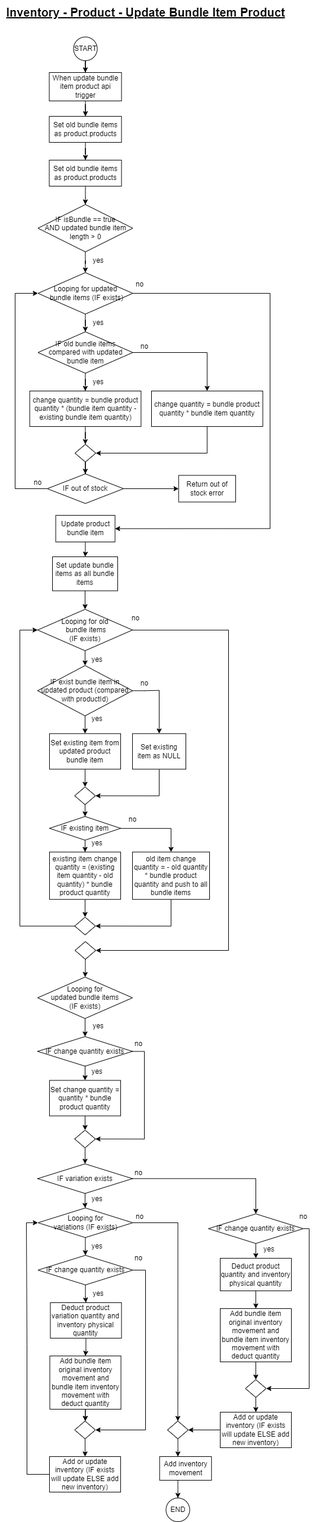
The draw.io diagram excite-admin-service/images/8excite-excite-admin-service - Inventory - Update Bundle Item Product.drawio.png in eryanyao/8excite-transition-main, before a commit. Source tidied: cells renumbered, new cells last; positions are measured from the earlier drawing's top-left corner, leaving out a move shared by most shapes.
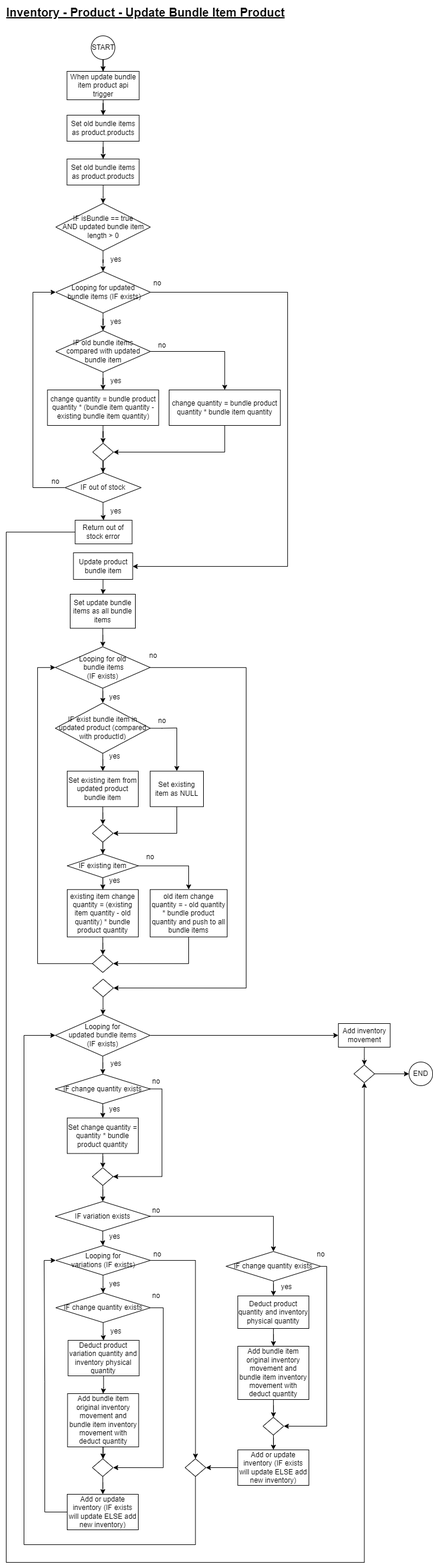
After the change.

Commit message:
Updated: batch service and update product

What changed in the source:
```diff
@@ -3,40 +3,40 @@
     <mxCell id="0" />
     <mxCell id="1" parent="0" />
     <mxCell id="2" value="Inventory - Product - Update Bundle Item Product" style="text;html=1;align=center;verticalAlign=middle;strokeColor=none;fillColor=none;fontStyle=5;fontSize=20;" parent="1" vertex="1">
-      <mxGeometry width="490" height="40" as="geometry" />
+      <mxGeometry x="-30" y="-63" width="490" height="40" as="geometry" />
     </mxCell>
     <mxCell id="3" style="edgeStyle=orthogonalEdgeStyle;rounded=0;jettySize=auto;html=1;" parent="1" edge="1" source="4" target="9">
       <mxGeometry relative="1" as="geometry" />
     </mxCell>
     <mxCell id="4" value="When update bundle item product api trigger" style="rounded=0;whiteSpace=wrap;html=1;" parent="1" vertex="1">
-      <mxGeometry x="82.6" y="122" width="121.9" height="48" as="geometry" />
+      <mxGeometry x="82.6" y="57" width="121.9" height="48" as="geometry" />
     </mxCell>
     <mxCell id="5" style="edgeStyle=orthogonalEdgeStyle;rounded=0;jettySize=auto;html=1;entryX=0.5;entryY=0;entryDx=0;entryDy=0;" parent="1" edge="1" source="6" target="4">
       <mxGeometry relative="1" as="geometry" />
     </mxCell>
     <mxCell id="6" value="START" style="ellipse;whiteSpace=wrap;html=1;" parent="1" vertex="1">
-      <mxGeometry x="123.5" y="62" width="40" height="40" as="geometry" />
+      <mxGeometry x="123.5" y="-3" width="40" height="40" as="geometry" />
     </mxCell>
     <mxCell id="7" value="no" style="text;html=1;align=center;verticalAlign=middle;strokeColor=none;fillColor=none;" parent="1" vertex="1">
-      <mxGeometry x="223.5" y="570" width="40" height="30" as="geometry" />
+      <mxGeometry x="223.5" y="505" width="40" height="30" as="geometry" />
     </mxCell>
     <mxCell id="8" style="edgeStyle=orthogonalEdgeStyle;rounded=0;jettySize=auto;html=1;" parent="1" edge="1" source="9" target="11">
       <mxGeometry relative="1" as="geometry" />
     </mxCell>
     <mxCell id="9" value="Set old bundle items as product.products" style="rounded=0;whiteSpace=wrap;html=1;" parent="1" vertex="1">
-      <mxGeometry x="82.6" y="196" width="121.9" height="44" as="geometry" />
+      <mxGeometry x="82.6" y="131" width="121.9" height="44" as="geometry" />
     </mxCell>
     <mxCell id="10" style="edgeStyle=orthogonalEdgeStyle;rounded=0;jettySize=auto;html=1;" parent="1" edge="1" source="11" target="13">
       <mxGeometry relative="1" as="geometry" />
     </mxCell>
     <mxCell id="11" value="Set old bundle items as product.products" style="rounded=0;whiteSpace=wrap;html=1;" parent="1" vertex="1">
-      <mxGeometry x="82.6" y="270" width="121.9" height="44" as="geometry" />
+      <mxGeometry x="82.6" y="205" width="121.9" height="44" as="geometry" />
     </mxCell>
     <mxCell id="12" style="edgeStyle=orthogonalEdgeStyle;rounded=0;jettySize=auto;html=1;" parent="1" edge="1" source="13" target="16">
       <mxGeometry relative="1" as="geometry" />
     </mxCell>
     <mxCell id="13" value="IF isBundle == true &lt;br&gt;AND updated bundle item length &amp;gt; 0" style="rhombus;whiteSpace=wrap;html=1;rounded=0;" parent="1" vertex="1">
-      <mxGeometry x="63.5" y="345" width="159.9" height="80" as="geometry" />
+      <mxGeometry x="63.5" y="280" width="159.9" height="80" as="geometry" />
     </mxCell>
     <mxCell id="14" style="edgeStyle=orthogonalEdgeStyle;rounded=0;jettySize=auto;html=1;" parent="1" edge="1" source="16" target="20">
       <mxGeometry relative="1" as="geometry" />
@@ -44,16 +44,17 @@
     <mxCell id="15" style="edgeStyle=orthogonalEdgeStyle;rounded=0;jettySize=auto;html=1;entryX=1;entryY=0.5;entryDx=0;entryDy=0;" parent="1" edge="1" source="16" target="34">
       <mxGeometry relative="1" as="geometry">
         <Array as="points">
-          <mxPoint x="455" y="495" />
-          <mxPoint x="455" y="892" />
+          <mxPoint x="455" y="430" />
+          <mxPoint x="455" y="893" />
+          <mxPoint x="193" y="893" />
         </Array>
       </mxGeometry>
     </mxCell>
     <mxCell id="16" value="Looping for updated&lt;br&gt;&amp;nbsp;bundle items (IF exists)" style="rhombus;whiteSpace=wrap;html=1;rounded=0;" parent="1" vertex="1">
-      <mxGeometry x="63.5" y="460" width="159.9" height="70" as="geometry" />
+      <mxGeometry x="63.5" y="395" width="159.9" height="70" as="geometry" />
     </mxCell>
     <mxCell id="17" value="yes" style="text;html=1;align=center;verticalAlign=middle;strokeColor=none;fillColor=none;" parent="1" vertex="1">
-      <mxGeometry x="145" y="425" width="40" height="30" as="geometry" />
+      <mxGeometry x="145" y="360" width="40" height="30" as="geometry" />
     </mxCell>
     <mxCell id="18" style="edgeStyle=orthogonalEdgeStyle;rounded=0;jettySize=auto;html=1;" parent="1" edge="1" source="20" target="22">
       <mxGeometry relative="1" as="geometry" />
@@ -62,38 +63,38 @@
       <mxGeometry relative="1" as="geometry" />
     </mxCell>
     <mxCell id="20" value="IF old bundle items compared with updated bundle item" style="rhombus;whiteSpace=wrap;html=1;rounded=0;" parent="1" vertex="1">
-      <mxGeometry x="63.5" y="560" width="159.9" height="70" as="geometry" />
+      <mxGeometry x="63.5" y="495" width="159.9" height="70" as="geometry" />
     </mxCell>
     <mxCell id="21" style="edgeStyle=orthogonalEdgeStyle;rounded=0;jettySize=auto;html=1;" parent="1" edge="1" source="22" target="27">
       <mxGeometry relative="1" as="geometry" />
     </mxCell>
     <mxCell id="22" value="change quantity = bundle product quantity * (bundle item quantity - existing bundle item quantity)" style="whiteSpace=wrap;html=1;rounded=0;" parent="1" vertex="1">
-      <mxGeometry x="49.6" y="660" width="187.8" height="60" as="geometry" />
+      <mxGeometry x="49.6" y="595" width="187.8" height="60" as="geometry" />
     </mxCell>
     <mxCell id="23" style="edgeStyle=orthogonalEdgeStyle;rounded=0;jettySize=auto;html=1;entryX=1;entryY=0.5;entryDx=0;entryDy=0;" parent="1" edge="1" source="24" target="27">
       <mxGeometry relative="1" as="geometry">
         <Array as="points">
-          <mxPoint x="349" y="765" />
+          <mxPoint x="349" y="700" />
         </Array>
       </mxGeometry>
     </mxCell>
     <mxCell id="24" value="change quantity = bundle product quantity * bundle item quantity" style="whiteSpace=wrap;html=1;rounded=0;" parent="1" vertex="1">
-      <mxGeometry x="255" y="660" width="187.8" height="60" as="geometry" />
+      <mxGeometry x="255" y="595" width="187.8" height="60" as="geometry" />
     </mxCell>
     <mxCell id="25" value="yes" style="text;html=1;align=center;verticalAlign=middle;strokeColor=none;fillColor=none;" parent="1" vertex="1">
-      <mxGeometry x="145" y="630" width="40" height="30" as="geometry" />
+      <mxGeometry x="145" y="565" width="40" height="30" as="geometry" />
     </mxCell>
     <mxCell id="26" style="edgeStyle=orthogonalEdgeStyle;rounded=0;jettySize=auto;html=1;" parent="1" edge="1" source="27" target="30">
       <mxGeometry relative="1" as="geometry" />
     </mxCell>
     <mxCell id="27" style="rhombus;whiteSpace=wrap;html=1;rounded=0;" parent="1" vertex="1">
-      <mxGeometry x="126" y="750" width="35" height="30" as="geometry" />
+      <mxGeometry x="126" y="685" width="35" height="30" as="geometry" />
     </mxCell>
     <mxCell id="28" style="edgeStyle=orthogonalEdgeStyle;rounded=0;jettySize=auto;html=1;entryX=0;entryY=0.5;entryDx=0;entryDy=0;" parent="1" edge="1" source="30" target="16">
       <mxGeometry relative="1" as="geometry">
         <Array as="points">
-          <mxPoint x="25" y="825" />
-          <mxPoint x="25" y="495" />
+          <mxPoint x="25" y="760" />
+          <mxPoint x="25" y="430" />
         </Array>
       </mxGeometry>
     </mxCell>
@@ -101,13 +102,13 @@
       <mxGeometry relative="1" as="geometry" />
     </mxCell>
     <mxCell id="30" value="IF out of stock" style="rhombus;whiteSpace=wrap;html=1;rounded=0;" parent="1" vertex="1">
-      <mxGeometry x="79.1" y="800" width="128.8" height="50" as="geometry" />
+      <mxGeometry x="79.1" y="735" width="128.8" height="50" as="geometry" />
     </mxCell>
     <mxCell id="31" value="no" style="text;html=1;align=center;verticalAlign=middle;strokeColor=none;fillColor=none;" parent="1" vertex="1">
-      <mxGeometry x="42.6" y="800" width="40" height="30" as="geometry" />
+      <mxGeometry x="42.6" y="735" width="40" height="30" as="geometry" />
     </mxCell>
     <mxCell id="32" value="yes" style="text;html=1;align=center;verticalAlign=middle;strokeColor=none;fillColor=none;" parent="1" vertex="1">
-      <mxGeometry x="145" y="530" width="40" height="30" as="geometry" />
+      <mxGeometry x="145" y="465" width="40" height="30" as="geometry" />
     </mxCell>
     <mxCell id="33" style="edgeStyle=orthogonalEdgeStyle;rounded=0;jettySize=auto;html=1;" parent="1" edge="1" source="34" target="41">
       <mxGeometry relative="1" as="geometry" />
@@ -116,10 +117,19 @@
       <mxGeometry x="93.5" y="870" width="100" height="45" as="geometry" />
     </mxCell>
     <mxCell id="35" value="no" style="text;html=1;align=center;verticalAlign=middle;strokeColor=none;fillColor=none;" parent="1" vertex="1">
-      <mxGeometry x="215" y="465" width="40" height="30" as="geometry" />
+      <mxGeometry x="215" y="400" width="40" height="30" as="geometry" />
     </mxCell>
+    <mxCell id="122" style="edgeStyle=orthogonalEdgeStyle;rounded=0;jettySize=auto;html=1;entryX=0.5;entryY=1;entryDx=0;entryDy=0;" parent="1" edge="1" source="36" target="128">
+      <mxGeometry relative="1" as="geometry">
+        <Array as="points">
+          <mxPoint x="-20" y="835" />
+          <mxPoint x="-20" y="2575" />
+          <mxPoint x="585" y="2575" />
+        </Array>
+      </mxGeometry>
+    </mxCell>
     <mxCell id="36" value="Return out of stock error" style="whiteSpace=wrap;html=1;rounded=0;" parent="1" vertex="1">
-      <mxGeometry x="300.8" y="802.5" width="96.1" height="45" as="geometry" />
+      <mxGeometry x="96.4" y="815" width="96.1" height="40" as="geometry" />
     </mxCell>
     <mxCell id="37" style="edgeStyle=orthogonalEdgeStyle;rounded=0;jettySize=auto;html=1;" parent="1" edge="1" source="39" target="44">
       <mxGeometry relative="1" as="geometry" />
@@ -231,6 +241,9 @@
     <mxCell id="65" style="edgeStyle=orthogonalEdgeStyle;rounded=0;jettySize=auto;html=1;" parent="1" edge="1" source="66" target="70">
       <mxGeometry relative="1" as="geometry" />
     </mxCell>
+    <mxCell id="123" style="edgeStyle=orthogonalEdgeStyle;rounded=0;jettySize=auto;html=1;entryX=0;entryY=0.5;entryDx=0;entryDy=0;" parent="1" edge="1" source="66" target="119">
+      <mxGeometry relative="1" as="geometry" />
+    </mxCell>
     <mxCell id="66" value="Looping for &lt;br&gt;updated bundle items &lt;br&gt;(IF exists)" style="rhombus;whiteSpace=wrap;html=1;rounded=0;" parent="1" vertex="1">
       <mxGeometry x="63" y="1650" width="159.9" height="70" as="geometry" />
     </mxCell>
@@ -403,27 +416,38 @@
     <mxCell id="115" value="yes" style="text;html=1;align=center;verticalAlign=middle;strokeColor=none;fillColor=none;" parent="1" vertex="1">
       <mxGeometry x="433.2" y="2095" width="40" height="30" as="geometry" />
     </mxCell>
-    <mxCell id="116" style="edgeStyle=orthogonalEdgeStyle;rounded=0;jettySize=auto;html=1;" parent="1" edge="1" source="117">
-      <mxGeometry relative="1" as="geometry">
-        <mxPoint x="299.6" y="2460" as="targetPoint" />
-      </mxGeometry>
-    </mxCell>
+    <mxCell id="124" style="edgeStyle=orthogonalEdgeStyle;rounded=0;jettySize=auto;html=1;entryX=0;entryY=0.5;entryDx=0;entryDy=0;" parent="1" edge="1" source="117" target="66">
+      <mxGeometry relative="1" as="geometry">
+        <Array as="points">
+          <mxPoint x="299" y="2545" />
+          <mxPoint x="10" y="2545" />
+          <mxPoint x="10" y="1685" />
+        </Array>
+      </mxGeometry>
+    </mxCell>
     <mxCell id="117" style="rhombus;whiteSpace=wrap;html=1;rounded=0;" parent="1" vertex="1">
       <mxGeometry x="282" y="2400" width="35" height="30" as="geometry" />
     </mxCell>
-    <mxCell id="118" style="edgeStyle=orthogonalEdgeStyle;rounded=0;jettySize=auto;html=1;" parent="1" edge="1" target="120">
-      <mxGeometry relative="1" as="geometry">
-        <mxPoint x="299.6" y="2500" as="sourcePoint" />
-      </mxGeometry>
-    </mxCell>
+    <mxCell id="125" style="edgeStyle=orthogonalEdgeStyle;rounded=0;jettySize=auto;html=1;" parent="1" edge="1" source="119" target="128">
+      <mxGeometry relative="1" as="geometry" />
+    </mxCell>
     <mxCell id="119" value="Add inventory movement" style="whiteSpace=wrap;html=1;rounded=0;" parent="1" vertex="1">
-      <mxGeometry x="268.8" y="2460" width="87.5" height="40" as="geometry" />
+      <mxGeometry x="540.8" y="1665" width="87.5" height="40" as="geometry" />
     </mxCell>
     <mxCell id="120" value="END" style="ellipse;whiteSpace=wrap;html=1;" parent="1" vertex="1">
-      <mxGeometry x="279.5" y="2530" width="40" height="40" as="geometry" />
+      <mxGeometry x="660" y="1730" width="40" height="40" as="geometry" />
     </mxCell>
     <mxCell id="121" value="no" style="text;html=1;align=center;verticalAlign=middle;strokeColor=none;fillColor=none;" parent="1" vertex="1">
       <mxGeometry x="215" y="2040" width="40" height="30" as="geometry" />
     </mxCell>
+    <mxCell id="126" value="yes" style="text;html=1;align=center;verticalAlign=middle;strokeColor=none;fillColor=none;" parent="1" vertex="1">
+      <mxGeometry x="145" y="785" width="40" height="30" as="geometry" />
+    </mxCell>
+    <mxCell id="127" style="edgeStyle=orthogonalEdgeStyle;rounded=0;jettySize=auto;html=1;" parent="1" edge="1" source="128" target="120">
+      <mxGeometry relative="1" as="geometry" />
+    </mxCell>
+    <mxCell id="128" style="rhombus;whiteSpace=wrap;html=1;rounded=0;" parent="1" vertex="1">
+      <mxGeometry x="567" y="1735" width="35" height="30" as="geometry" />
+    </mxCell>
   </root>
 </mxGraphModel>
```
